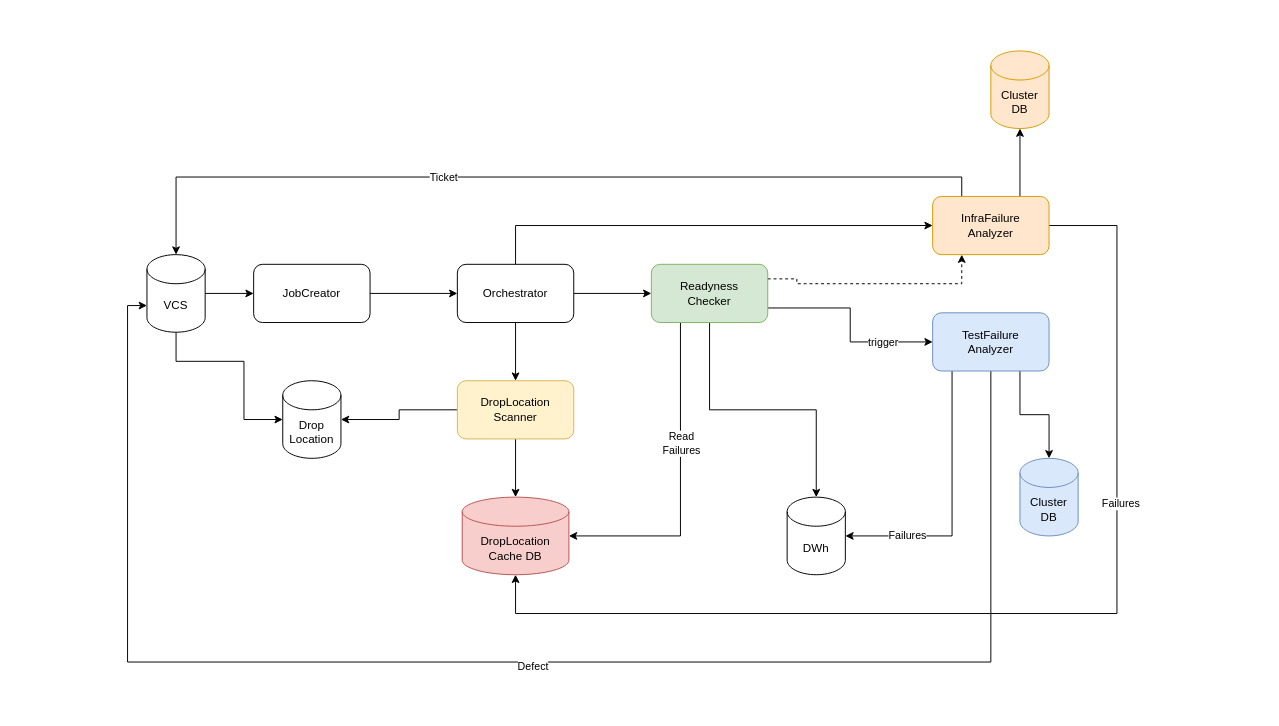
This is page "index" (1 of 4) of samples/sample.drawio from plainionist/Plainion.DrawVista, a draw.io file, before an edit. Source tidied: cells renumbered, new cells numbered last; positions are measured from the earlier drawing's top-left corner, leaving out a move shared by most shapes. Both pictures are drawn from the tidied source at 97%, with x=0, y=0 at pixel (127, 50).
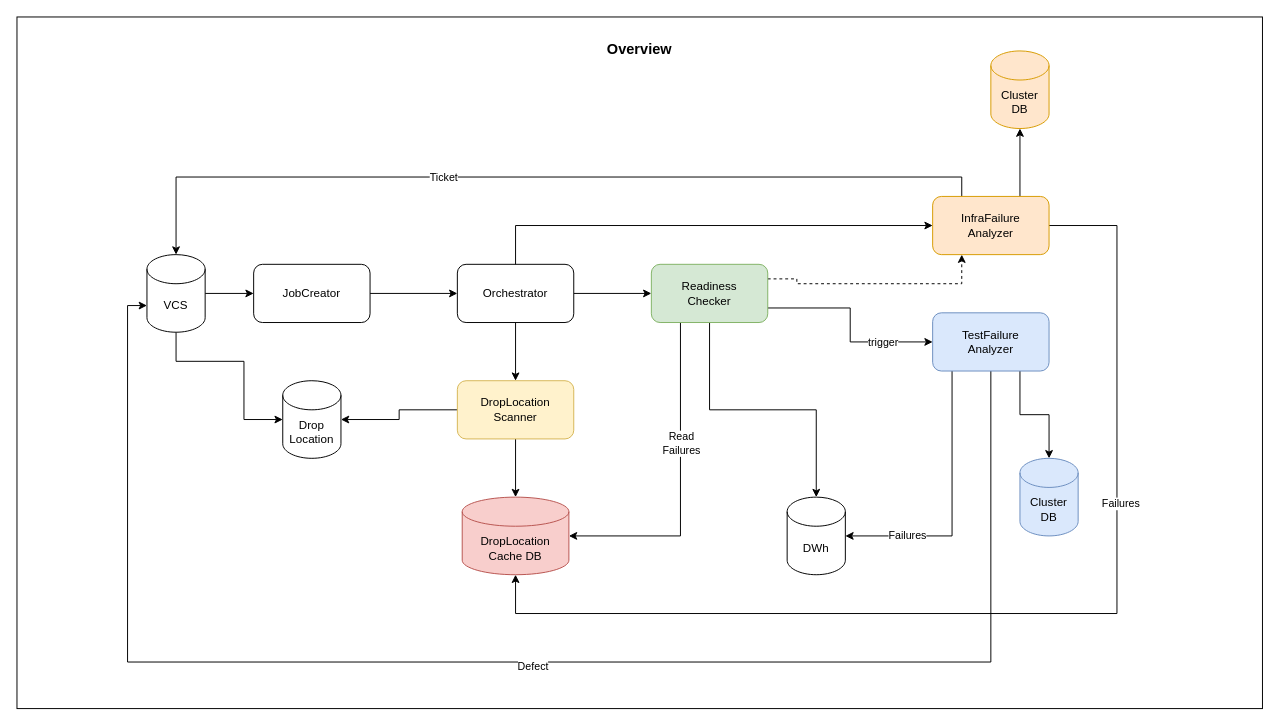
After the change.

Diff of the diagram source:
```diff
@@
+    <mxCell id="38" value="&lt;br&gt;Overview" style="rounded=0;whiteSpace=wrap;html=1;fontSize=15;fillColor=default;verticalAlign=top;fontStyle=1;" parent="1" vertex="1">
+      <mxGeometry x="-114" y="-35" width="1284" height="713" as="geometry" />
+    </mxCell>
@@
-    <mxCell id="23" value="Readyness&lt;br&gt;Checker" style="rounded=1;whiteSpace=wrap;html=1;fillColor=#d5e8d4;strokeColor=#82b366;" parent="1" vertex="1">
+    <mxCell id="23" value="Readiness&lt;br&gt;Checker" style="rounded=1;whiteSpace=wrap;html=1;fillColor=#d5e8d4;strokeColor=#82b366;" parent="1" vertex="1">
       <mxGeometry x="540" y="220" width="120" height="60" as="geometry" />
     </mxCell>
```
